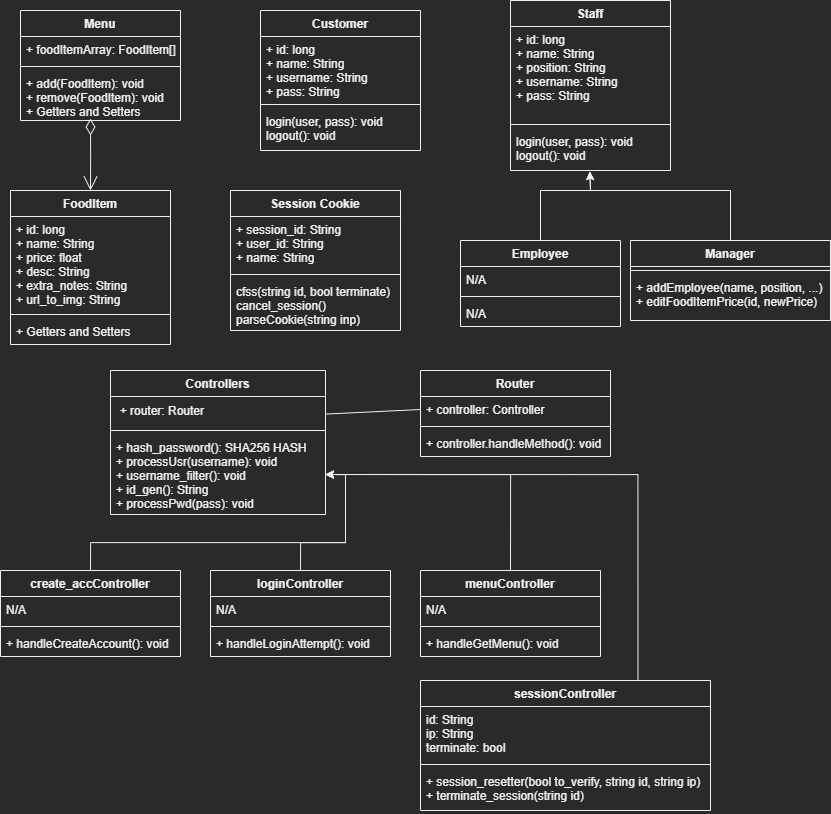
Earlier version of the draw.io export docs/Sprint 2 Diagramming/Diagrams/Class Diagram.png (nick9982/foodify). Source tidied: cells renumbered, new cells last; positions are measured from the earlier drawing's top-left corner, leaving out a move shared by most shapes. Source of this version:
```xml
<mxGraphModel>
  <root>
    <mxCell id="0" />
    <mxCell id="1" parent="0" />
    <mxCell id="2" value="Session Cookie" style="swimlane;fontStyle=1;align=center;verticalAlign=top;horizontal=1;startSize=26;" parent="1" vertex="1">
      <mxGeometry x="230" y="190" width="170" height="140" as="geometry" />
    </mxCell>
    <mxCell id="3" value="+ session_id: String&#10;+ user_id: String&#10;+ name: String" style="text;strokeColor=none;fillColor=none;align=left;verticalAlign=top;spacingLeft=4;spacingRight=4;overflow=hidden;" parent="2" vertex="1">
      <mxGeometry y="26" width="170" height="54" as="geometry" />
    </mxCell>
    <mxCell id="4" style="line;strokeWidth=1;fillColor=none;align=left;verticalAlign=middle;spacingTop=-1;spacingLeft=3;spacingRight=3;labelPosition=right;strokeColor=inherit;" parent="2" vertex="1">
      <mxGeometry y="80" width="170" height="8" as="geometry" />
    </mxCell>
    <mxCell id="5" value="cfss(string id, bool terminate)&#10;cancel_session()&#10;parseCookie(string inp)" style="text;strokeColor=none;fillColor=none;align=left;verticalAlign=top;spacingLeft=4;spacingRight=4;overflow=hidden;" parent="2" vertex="1">
      <mxGeometry y="88" width="170" height="52" as="geometry" />
    </mxCell>
    <mxCell id="6" value="Menu" style="swimlane;fontStyle=1;align=center;verticalAlign=top;horizontal=1;startSize=26;" parent="1" vertex="1">
      <mxGeometry x="20" y="10" width="160" height="110" as="geometry" />
    </mxCell>
    <mxCell id="7" value="+ foodItemArray: FoodItem[]" style="text;strokeColor=none;fillColor=none;align=left;verticalAlign=top;spacingLeft=4;spacingRight=4;overflow=hidden;" parent="6" vertex="1">
      <mxGeometry y="26" width="160" height="26" as="geometry" />
    </mxCell>
    <mxCell id="8" style="line;strokeWidth=1;fillColor=none;align=left;verticalAlign=middle;spacingTop=-1;spacingLeft=3;spacingRight=3;labelPosition=right;strokeColor=inherit;" parent="6" vertex="1">
      <mxGeometry y="52" width="160" height="8" as="geometry" />
    </mxCell>
    <mxCell id="9" value="+ add(FoodItem): void&#10;+ remove(FoodItem): void&#10;+ Getters and Setters" style="text;strokeColor=none;fillColor=none;align=left;verticalAlign=top;spacingLeft=4;spacingRight=4;overflow=hidden;" parent="6" vertex="1">
      <mxGeometry y="60" width="160" height="50" as="geometry" />
    </mxCell>
    <mxCell id="10" value="Staff" style="swimlane;fontStyle=1;align=center;verticalAlign=top;horizontal=1;startSize=26;" parent="1" vertex="1">
      <mxGeometry x="510" width="160" height="170" as="geometry" />
    </mxCell>
    <mxCell id="11" value="+ id: long&#10;+ name: String&#10;+ position: String&#10;+ username: String&#10;+ pass: String" style="text;strokeColor=none;fillColor=none;align=left;verticalAlign=top;spacingLeft=4;spacingRight=4;overflow=hidden;" parent="10" vertex="1">
      <mxGeometry y="26" width="160" height="94" as="geometry" />
    </mxCell>
    <mxCell id="12" style="line;strokeWidth=1;fillColor=none;align=left;verticalAlign=middle;spacingTop=-1;spacingLeft=3;spacingRight=3;labelPosition=right;strokeColor=inherit;" parent="10" vertex="1">
      <mxGeometry y="120" width="160" height="8" as="geometry" />
    </mxCell>
    <mxCell id="13" value="login(user, pass): void&#10;logout(): void" style="text;strokeColor=none;fillColor=none;align=left;verticalAlign=top;spacingLeft=4;spacingRight=4;overflow=hidden;points=[[0,0.5],[1,0.5]];portConstraint=eastwest;" parent="10" vertex="1">
      <mxGeometry y="128" width="160" height="42" as="geometry" />
    </mxCell>
    <mxCell id="14" value="Manager" style="swimlane;fontStyle=1;align=center;verticalAlign=top;horizontal=1;startSize=26;" parent="1" vertex="1">
      <mxGeometry x="630" y="240" width="200" height="80" as="geometry" />
    </mxCell>
    <mxCell id="15" style="line;strokeWidth=1;fillColor=none;align=left;verticalAlign=middle;spacingTop=-1;spacingLeft=3;spacingRight=3;labelPosition=right;strokeColor=inherit;" parent="14" vertex="1">
      <mxGeometry y="26" width="200" height="8" as="geometry" />
    </mxCell>
    <mxCell id="16" value="+ addEmployee(name, position, ...)&#10;+ editFoodItemPrice(id, newPrice)" style="text;strokeColor=none;fillColor=none;align=left;verticalAlign=top;spacingLeft=4;spacingRight=4;overflow=hidden;" parent="14" vertex="1">
      <mxGeometry y="34" width="200" height="46" as="geometry" />
    </mxCell>
    <mxCell id="17" value="FoodItem" style="swimlane;fontStyle=1;align=center;verticalAlign=top;horizontal=1;startSize=26;" parent="1" vertex="1">
      <mxGeometry x="10" y="190" width="160" height="154" as="geometry" />
    </mxCell>
    <mxCell id="18" value="+ id: long&#10;+ name: String&#10;+ price: float&#10;+ desc: String&#10;+ extra_notes: String&#10;+ url_to_img: String" style="text;strokeColor=none;fillColor=none;align=left;verticalAlign=top;spacingLeft=4;spacingRight=4;overflow=hidden;" parent="17" vertex="1">
      <mxGeometry y="26" width="160" height="94" as="geometry" />
    </mxCell>
    <mxCell id="19" style="line;strokeWidth=1;fillColor=none;align=left;verticalAlign=middle;spacingTop=-1;spacingLeft=3;spacingRight=3;labelPosition=right;strokeColor=inherit;" parent="17" vertex="1">
      <mxGeometry y="120" width="160" height="8" as="geometry" />
    </mxCell>
    <mxCell id="20" value="+ Getters and Setters" style="text;strokeColor=none;fillColor=none;align=left;verticalAlign=top;spacingLeft=4;spacingRight=4;overflow=hidden;" parent="17" vertex="1">
      <mxGeometry y="128" width="160" height="26" as="geometry" />
    </mxCell>
    <mxCell id="21" style="endArrow=open;html=1;endSize=12;startArrow=diamondThin;startSize=14;startFill=0;edgeStyle=orthogonalEdgeStyle;align=left;verticalAlign=bottom;rounded=0;entryX=0.5;entryY=0;entryDx=0;entryDy=0;" parent="1" edge="1" target="17">
      <mxGeometry x="-1" y="3" relative="1" as="geometry">
        <mxPoint x="90" y="118" as="sourcePoint" />
        <Array as="points">
          <mxPoint x="90" y="154" />
          <mxPoint x="90" y="154" />
        </Array>
      </mxGeometry>
    </mxCell>
    <mxCell id="22" value="Employee" style="swimlane;fontStyle=1;align=center;verticalAlign=top;horizontal=1;startSize=26;" parent="1" vertex="1">
      <mxGeometry x="460" y="240" width="160" height="86" as="geometry" />
    </mxCell>
    <mxCell id="23" value="N/A" style="text;strokeColor=none;fillColor=none;align=left;verticalAlign=top;spacingLeft=4;spacingRight=4;overflow=hidden;" parent="22" vertex="1">
      <mxGeometry y="26" width="160" height="26" as="geometry" />
    </mxCell>
    <mxCell id="24" style="line;strokeWidth=1;fillColor=none;align=left;verticalAlign=middle;spacingTop=-1;spacingLeft=3;spacingRight=3;labelPosition=right;strokeColor=inherit;" parent="22" vertex="1">
      <mxGeometry y="52" width="160" height="8" as="geometry" />
    </mxCell>
    <mxCell id="25" value="N/A" style="text;strokeColor=none;fillColor=none;align=left;verticalAlign=top;spacingLeft=4;spacingRight=4;overflow=hidden;" parent="22" vertex="1">
      <mxGeometry y="60" width="160" height="26" as="geometry" />
    </mxCell>
    <mxCell id="26" style="endArrow=classic;html=1;rounded=0;entryX=0.496;entryY=1.026;entryDx=0;entryDy=0;entryPerimeter=0;exitX=0.5;exitY=0;exitDx=0;exitDy=0;" parent="1" edge="1" source="22" target="13">
      <mxGeometry relative="1" as="geometry">
        <Array as="points">
          <mxPoint x="540" y="190" />
          <mxPoint x="590" y="190" />
        </Array>
      </mxGeometry>
    </mxCell>
    <mxCell id="27" style="endArrow=classic;html=1;rounded=0;exitX=0.5;exitY=0;exitDx=0;exitDy=0;entryX=0.496;entryY=1.022;entryDx=0;entryDy=0;entryPerimeter=0;" parent="1" edge="1" source="14" target="13">
      <mxGeometry relative="1" as="geometry">
        <Array as="points">
          <mxPoint x="730" y="190" />
          <mxPoint x="590" y="190" />
        </Array>
      </mxGeometry>
    </mxCell>
    <mxCell id="28" value="Customer" style="swimlane;fontStyle=1;align=center;verticalAlign=top;horizontal=1;startSize=26;" parent="1" vertex="1">
      <mxGeometry x="260" y="10" width="160" height="140" as="geometry" />
    </mxCell>
    <mxCell id="29" value="+ id: long&#10;+ name: String&#10;+ username: String&#10;+ pass: String" style="text;strokeColor=none;fillColor=none;align=left;verticalAlign=top;spacingLeft=4;spacingRight=4;overflow=hidden;" parent="28" vertex="1">
      <mxGeometry y="26" width="160" height="64" as="geometry" />
    </mxCell>
    <mxCell id="30" style="line;strokeWidth=1;fillColor=none;align=left;verticalAlign=middle;spacingTop=-1;spacingLeft=3;spacingRight=3;labelPosition=right;strokeColor=inherit;" parent="28" vertex="1">
      <mxGeometry y="90" width="160" height="8" as="geometry" />
    </mxCell>
    <mxCell id="31" value="login(user, pass): void&#10;logout(): void" style="text;strokeColor=none;fillColor=none;align=left;verticalAlign=top;spacingLeft=4;spacingRight=4;overflow=hidden;" parent="28" vertex="1">
      <mxGeometry y="98" width="160" height="42" as="geometry" />
    </mxCell>
    <mxCell id="32" value="Router" style="swimlane;fontStyle=1;align=center;verticalAlign=top;horizontal=1;startSize=26;" parent="1" vertex="1">
      <mxGeometry x="420" y="370" width="190" height="86" as="geometry" />
    </mxCell>
    <mxCell id="33" value="+ controller: Controller" style="text;strokeColor=none;fillColor=none;align=left;verticalAlign=top;spacingLeft=4;spacingRight=4;overflow=hidden;points=[[0,0.5],[1,0.5]];portConstraint=eastwest;" parent="32" vertex="1">
      <mxGeometry y="26" width="190" height="26" as="geometry" />
    </mxCell>
    <mxCell id="34" style="line;strokeWidth=1;fillColor=none;align=left;verticalAlign=middle;spacingTop=-1;spacingLeft=3;spacingRight=3;labelPosition=right;strokeColor=inherit;" parent="32" vertex="1">
      <mxGeometry y="52" width="190" height="8" as="geometry" />
    </mxCell>
    <mxCell id="35" value="+ controller.handleMethod(): void" style="text;strokeColor=none;fillColor=none;align=left;verticalAlign=top;spacingLeft=4;spacingRight=4;overflow=hidden;" parent="32" vertex="1">
      <mxGeometry y="60" width="190" height="26" as="geometry" />
    </mxCell>
    <mxCell id="36" style="endArrow=none;html=1;rounded=0;entryX=0;entryY=0.5;entryDx=0;entryDy=0;startArrow=none;exitX=1.003;exitY=0.585;exitDx=0;exitDy=0;exitPerimeter=0;" parent="1" edge="1" source="38" target="33">
      <mxGeometry relative="1" as="geometry" />
    </mxCell>
    <mxCell id="37" value="Controllers" style="swimlane;fontStyle=1;align=center;verticalAlign=top;horizontal=1;startSize=26;" parent="1" vertex="1">
      <mxGeometry x="110" y="370" width="215" height="144" as="geometry" />
    </mxCell>
    <mxCell id="38" value="+ router: Router&amp;nbsp; &amp;nbsp; &amp;nbsp; &amp;nbsp; &amp;nbsp; &amp;nbsp; &amp;nbsp; &amp;nbsp; &amp;nbsp; &amp;nbsp; &amp;nbsp; &amp;nbsp; &amp;nbsp; &amp;nbsp; &amp;nbsp; &amp;nbsp; &amp;nbsp;&amp;nbsp;" style="text;html=1;align=center;verticalAlign=middle;points=[];strokeColor=none;fillColor=none;" parent="37" vertex="1">
      <mxGeometry y="26" width="215" height="30" as="geometry" />
    </mxCell>
    <mxCell id="39" style="line;strokeWidth=1;fillColor=none;align=left;verticalAlign=middle;spacingTop=-1;spacingLeft=3;spacingRight=3;labelPosition=right;strokeColor=inherit;" parent="37" vertex="1">
      <mxGeometry y="56" width="215" height="8" as="geometry" />
    </mxCell>
    <mxCell id="40" value="+ hash_password(): SHA256 HASH&#10;+ processUsr(username): void&#10;+ username_filter(): void&#10;+ id_gen(): String&#10;+ processPwd(pass): void" style="text;strokeColor=none;fillColor=none;align=left;verticalAlign=top;spacingLeft=4;spacingRight=4;overflow=hidden;points=[[0,0.5],[1,0.5]];portConstraint=eastwest;" parent="37" vertex="1">
      <mxGeometry y="64" width="215" height="80" as="geometry" />
    </mxCell>
    <mxCell id="41" style="edgeStyle=orthogonalEdgeStyle;rounded=0;jettySize=auto;html=1;exitX=0.5;exitY=0;exitDx=0;exitDy=0;entryX=1;entryY=0.5;entryDx=0;entryDy=0;" parent="1" edge="1" source="42" target="40">
      <mxGeometry relative="1" as="geometry" />
    </mxCell>
    <mxCell id="42" value="create_accController" style="swimlane;fontStyle=1;align=center;verticalAlign=top;horizontal=1;startSize=26;" parent="1" vertex="1">
      <mxGeometry y="570" width="180" height="86" as="geometry" />
    </mxCell>
    <mxCell id="43" value="N/A" style="text;strokeColor=none;fillColor=none;align=left;verticalAlign=top;spacingLeft=4;spacingRight=4;overflow=hidden;" parent="42" vertex="1">
      <mxGeometry y="26" width="180" height="26" as="geometry" />
    </mxCell>
    <mxCell id="44" style="line;strokeWidth=1;fillColor=none;align=left;verticalAlign=middle;spacingTop=-1;spacingLeft=3;spacingRight=3;labelPosition=right;strokeColor=inherit;" parent="42" vertex="1">
      <mxGeometry y="52" width="180" height="8" as="geometry" />
    </mxCell>
    <mxCell id="45" value="+ handleCreateAccount(): void" style="text;strokeColor=none;fillColor=none;align=left;verticalAlign=top;spacingLeft=4;spacingRight=4;overflow=hidden;" parent="42" vertex="1">
      <mxGeometry y="60" width="180" height="26" as="geometry" />
    </mxCell>
    <mxCell id="46" style="edgeStyle=orthogonalEdgeStyle;rounded=0;jettySize=auto;html=1;exitX=0.5;exitY=0;exitDx=0;exitDy=0;entryX=1;entryY=0.5;entryDx=0;entryDy=0;" parent="1" edge="1" source="47" target="40">
      <mxGeometry relative="1" as="geometry" />
    </mxCell>
    <mxCell id="47" value="loginController" style="swimlane;fontStyle=1;align=center;verticalAlign=top;horizontal=1;startSize=26;" parent="1" vertex="1">
      <mxGeometry x="210" y="570" width="180" height="86" as="geometry" />
    </mxCell>
    <mxCell id="48" value="N/A" style="text;strokeColor=none;fillColor=none;align=left;verticalAlign=top;spacingLeft=4;spacingRight=4;overflow=hidden;" parent="47" vertex="1">
      <mxGeometry y="26" width="180" height="26" as="geometry" />
    </mxCell>
    <mxCell id="49" style="line;strokeWidth=1;fillColor=none;align=left;verticalAlign=middle;spacingTop=-1;spacingLeft=3;spacingRight=3;labelPosition=right;strokeColor=inherit;" parent="47" vertex="1">
      <mxGeometry y="52" width="180" height="8" as="geometry" />
    </mxCell>
    <mxCell id="50" value="+ handleLoginAttempt(): void" style="text;strokeColor=none;fillColor=none;align=left;verticalAlign=top;spacingLeft=4;spacingRight=4;overflow=hidden;" parent="47" vertex="1">
      <mxGeometry y="60" width="180" height="26" as="geometry" />
    </mxCell>
    <mxCell id="51" style="edgeStyle=orthogonalEdgeStyle;rounded=0;jettySize=auto;html=1;exitX=0.5;exitY=0;exitDx=0;exitDy=0;entryX=1;entryY=0.5;entryDx=0;entryDy=0;" parent="1" edge="1" source="52" target="40">
      <mxGeometry relative="1" as="geometry" />
    </mxCell>
    <mxCell id="52" value="menuController" style="swimlane;fontStyle=1;align=center;verticalAlign=top;horizontal=1;startSize=26;" parent="1" vertex="1">
      <mxGeometry x="420" y="570" width="180" height="86" as="geometry" />
    </mxCell>
    <mxCell id="53" value="N/A" style="text;strokeColor=none;fillColor=none;align=left;verticalAlign=top;spacingLeft=4;spacingRight=4;overflow=hidden;" parent="52" vertex="1">
      <mxGeometry y="26" width="180" height="26" as="geometry" />
    </mxCell>
    <mxCell id="54" style="line;strokeWidth=1;fillColor=none;align=left;verticalAlign=middle;spacingTop=-1;spacingLeft=3;spacingRight=3;labelPosition=right;strokeColor=inherit;" parent="52" vertex="1">
      <mxGeometry y="52" width="180" height="8" as="geometry" />
    </mxCell>
    <mxCell id="55" value="+ handleGetMenu(): void" style="text;strokeColor=none;fillColor=none;align=left;verticalAlign=top;spacingLeft=4;spacingRight=4;overflow=hidden;" parent="52" vertex="1">
      <mxGeometry y="60" width="180" height="26" as="geometry" />
    </mxCell>
    <mxCell id="56" style="edgeStyle=orthogonalEdgeStyle;rounded=0;jettySize=auto;html=1;exitX=0.75;exitY=0;exitDx=0;exitDy=0;entryX=1;entryY=0.5;entryDx=0;entryDy=0;" parent="1" edge="1" source="57" target="40">
      <mxGeometry relative="1" as="geometry" />
    </mxCell>
    <mxCell id="57" value="sessionController" style="swimlane;fontStyle=1;align=center;verticalAlign=top;horizontal=1;startSize=26;" parent="1" vertex="1">
      <mxGeometry x="420" y="680" width="290" height="130" as="geometry" />
    </mxCell>
    <mxCell id="58" value="id: String&#10;ip: String&#10;terminate: bool" style="text;strokeColor=none;fillColor=none;align=left;verticalAlign=top;spacingLeft=4;spacingRight=4;overflow=hidden;" parent="57" vertex="1">
      <mxGeometry y="26" width="290" height="54" as="geometry" />
    </mxCell>
    <mxCell id="59" style="line;strokeWidth=1;fillColor=none;align=left;verticalAlign=middle;spacingTop=-1;spacingLeft=3;spacingRight=3;labelPosition=right;strokeColor=inherit;" parent="57" vertex="1">
      <mxGeometry y="80" width="290" height="8" as="geometry" />
    </mxCell>
    <mxCell id="60" value="+ session_resetter(bool to_verify, string id, string ip)&#10;+ terminate_session(string id)" style="text;strokeColor=none;fillColor=none;align=left;verticalAlign=top;spacingLeft=4;spacingRight=4;overflow=hidden;" parent="57" vertex="1">
      <mxGeometry y="88" width="290" height="42" as="geometry" />
    </mxCell>
  </root>
</mxGraphModel>
```
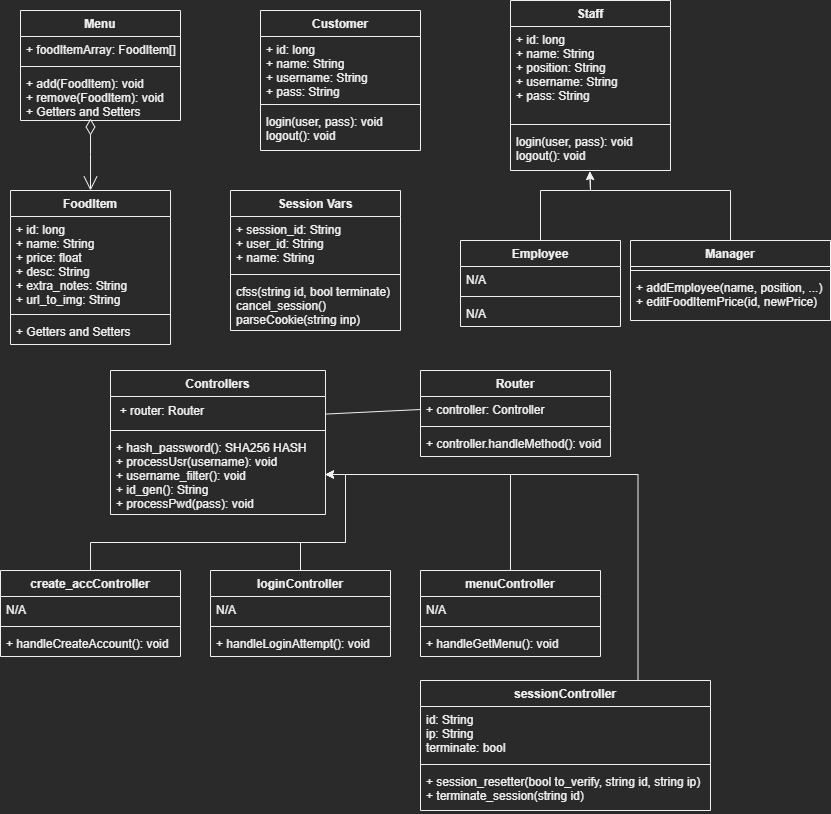
After the commit.

Commit message:
Amend class diagram, added group meeting doc

The edit, as a diff of the source:
```diff
@@ -2,7 +2,7 @@
   <root>
     <mxCell id="0" />
     <mxCell id="1" parent="0" />
-    <mxCell id="2" value="Session Cookie" style="swimlane;fontStyle=1;align=center;verticalAlign=top;horizontal=1;startSize=26;" parent="1" vertex="1">
+    <mxCell id="2" value="Session Vars" style="swimlane;fontStyle=1;align=center;verticalAlign=top;horizontal=1;startSize=26;" parent="1" vertex="1">
       <mxGeometry x="230" y="190" width="170" height="140" as="geometry" />
     </mxCell>
     <mxCell id="3" value="+ session_id: String&#10;+ user_id: String&#10;+ name: String" style="text;strokeColor=none;fillColor=none;align=left;verticalAlign=top;spacingLeft=4;spacingRight=4;overflow=hidden;" parent="2" vertex="1">
```
